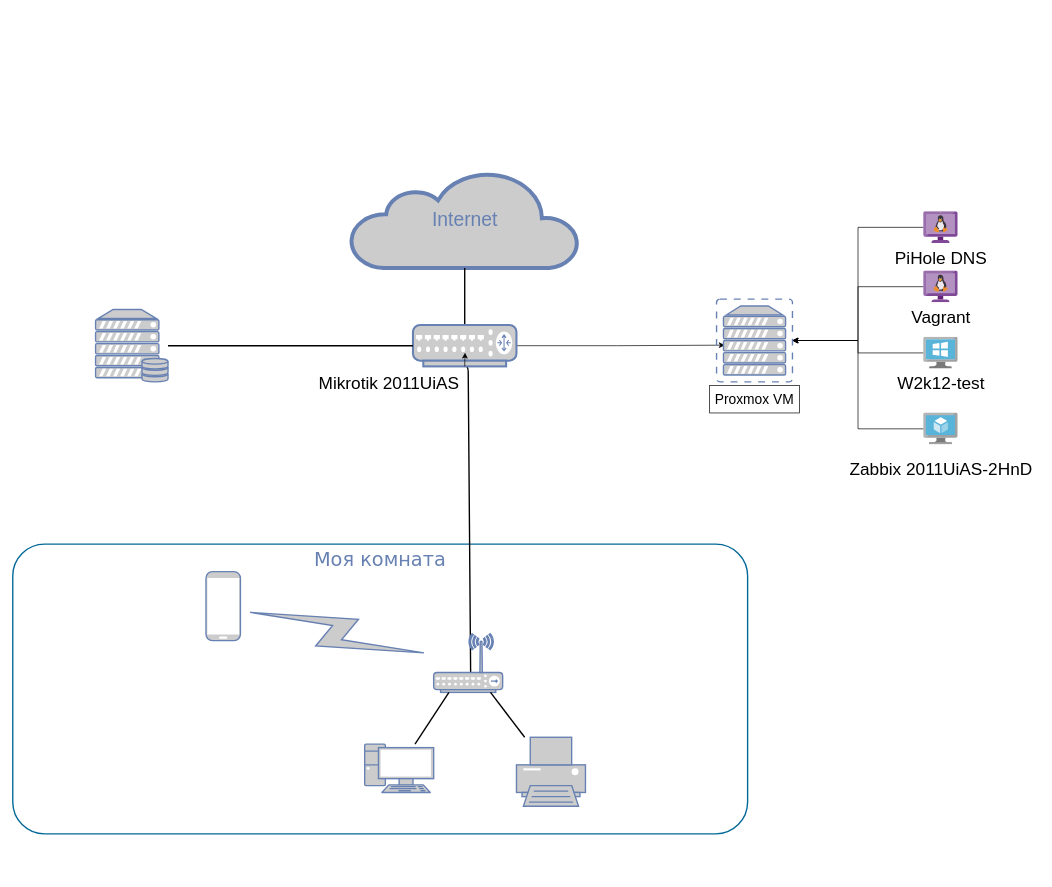
The draw.io diagram 03-sysadmin-08-net/Untitled Diagram.drawio in devops-run/devops-netology, before the edit. Source tidied: cells renumbered, new cells numbered last; positions are measured from the earlier drawing's top-left corner, leaving out a move shared by most shapes. Both pictures are drawn from the tidied source at 69%, with x=0, y=0 at pixel (12, 171).
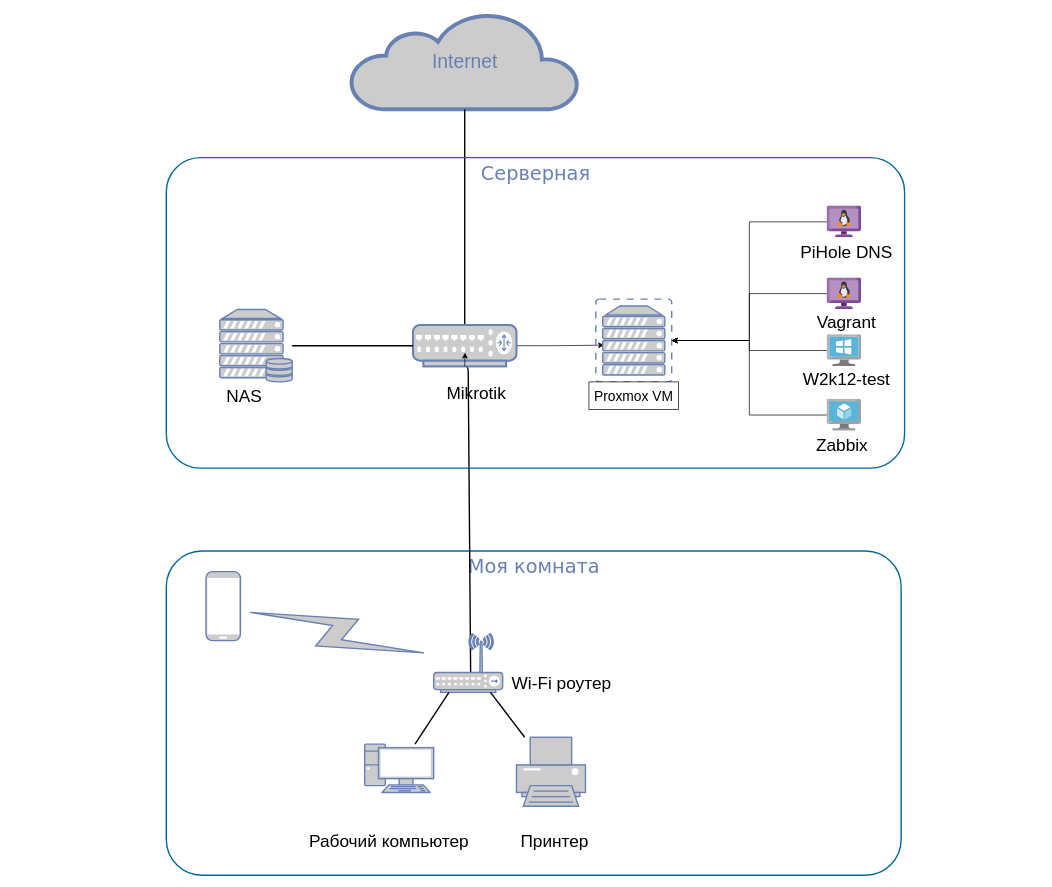
The same page after the edit.

Change to the diagram source:
```diff
@@
     <mxCell id="2" value="Моя комната" style="rounded=1;whiteSpace=wrap;html=1;shadow=0;comic=0;strokeColor=#036897;strokeWidth=2;fillColor=none;fontFamily=Verdana;fontSize=28;fontColor=#6881B3;align=center;arcSize=11;verticalAlign=top;" parent="1" vertex="1">
-      <mxGeometry y="540" width="1065" height="420" as="geometry" />
+      <mxGeometry x="222.5" y="550" width="1065" height="470" as="geometry" />
     </mxCell>
@@
     <mxCell id="11" value="Internet" style="html=1;fillColor=#CCCCCC;strokeColor=#6881B3;gradientColor=none;gradientDirection=north;strokeWidth=2;shape=mxgraph.networks.cloud;fontColor=#6881B3;rounded=0;shadow=0;comic=0;align=center;fontSize=28;" parent="1" vertex="1">
-      <mxGeometry x="490" width="330" height="140" as="geometry" />
+      <mxGeometry x="490" y="-230" width="330" height="140" as="geometry" />
     </mxCell>
@@
     <mxCell id="16" style="fontColor=#0066CC;verticalAlign=top;verticalLabelPosition=bottom;labelPosition=center;align=center;html=1;fillColor=#CCCCCC;strokeColor=#6881B3;gradientColor=none;gradientDirection=north;strokeWidth=2;shape=mxgraph.networks.server_storage;rounded=0;shadow=0;comic=0;" parent="1" vertex="1">
-      <mxGeometry x="120" y="200" width="105" height="105" as="geometry" />
+      <mxGeometry x="300" y="200" width="105" height="105" as="geometry" />
     </mxCell>
@@
     <mxCell id="18" style="fontColor=#0066CC;verticalAlign=top;verticalLabelPosition=bottom;labelPosition=center;align=center;html=1;outlineConnect=0;fillColor=#CCCCCC;strokeColor=#6881B3;gradientColor=none;gradientDirection=north;strokeWidth=2;shape=mxgraph.networks.virtual_server;" parent="1" vertex="1">
-      <mxGeometry x="1020" y="185" width="110" height="120" as="geometry" />
+      <mxGeometry x="845" y="185" width="110" height="120" as="geometry" />
     </mxCell>
     <mxCell id="19" value="&lt;font style=&quot;font-size: 20px;&quot;&gt;Proxmox VM&lt;/font&gt;" style="rounded=0;whiteSpace=wrap;html=1;" parent="1" vertex="1">
-      <mxGeometry x="1010" y="310" width="130" height="40" as="geometry" />
+      <mxGeometry x="835" y="305" width="130" height="40" as="geometry" />
     </mxCell>
@@
     <mxCell id="21" style="sketch=0;html=1;points=[];align=center;image;fontSize=12;image=img/lib/mscae/VM_Linux_Non_Azure.svg;" parent="1" vertex="1">
-      <mxGeometry x="1320" y="144" width="50" height="46" as="geometry" />
+      <mxGeometry x="1180" y="154" width="50" height="46" as="geometry" />
     </mxCell>
@@
     <mxCell id="23" style="sketch=0;html=1;points=[];align=center;image;fontSize=12;image=img/lib/mscae/VirtualMachineWindows.svg;" parent="1" vertex="1">
-      <mxGeometry x="1320" y="240" width="50" height="46" as="geometry" />
+      <mxGeometry x="1180" y="236.5" width="50" height="46" as="geometry" />
     </mxCell>
@@
     <mxCell id="25" style="sketch=0;html=1;points=[];align=center;image;fontSize=12;image=img/lib/mscae/Virtual_Machine.svg;" parent="1" vertex="1">
-      <mxGeometry x="1320" y="350" width="50" height="46" as="geometry" />
+      <mxGeometry x="1180" y="330" width="50" height="46" as="geometry" />
     </mxCell>
@@
     <mxCell id="27" style="sketch=0;html=1;points=[];align=center;image;fontSize=12;image=img/lib/mscae/VM_Linux_Non_Azure.svg;" parent="1" vertex="1">
-      <mxGeometry x="1320" y="58" width="50" height="46" as="geometry" />
+      <mxGeometry x="1180" y="50" width="50" height="46" as="geometry" />
     </mxCell>
     <mxCell id="28" value="&lt;font style=&quot;font-size: 25px;&quot;&gt;PiHole DNS&lt;/font&gt;" style="text;html=1;align=center;verticalAlign=middle;strokeColor=none;fillColor=none;fontSize=20;" parent="1" vertex="1">
-      <mxGeometry x="1265" y="104" width="160" height="40" as="geometry" />
+      <mxGeometry x="1127.5" y="96" width="160" height="40" as="geometry" />
     </mxCell>
     <mxCell id="29" value="&lt;span style=&quot;font-size: 25px;&quot;&gt;Vagrant&lt;/span&gt;" style="text;html=1;align=center;verticalAlign=middle;strokeColor=none;fillColor=none;fontSize=20;" parent="1" vertex="1">
-      <mxGeometry x="1290" y="190" width="110" height="40" as="geometry" />
+      <mxGeometry x="1152.5" y="196.5" width="110" height="40" as="geometry" />
     </mxCell>
     <mxCell id="30" value="&lt;span style=&quot;font-size: 25px;&quot;&gt;W2k12-test&lt;/span&gt;" style="text;html=1;align=center;verticalAlign=middle;strokeColor=none;fillColor=none;fontSize=20;" parent="1" vertex="1">
-      <mxGeometry x="1270" y="286" width="150" height="40" as="geometry" />
+      <mxGeometry x="1132.5" y="280" width="150" height="40" as="geometry" />
     </mxCell>
-    <mxCell id="31" value="&lt;span style=&quot;font-size: 25px;&quot;&gt;Zabbix&amp;nbsp;2011UiAS-2HnD&lt;/span&gt;" style="text;html=1;align=center;verticalAlign=middle;strokeColor=none;fillColor=none;fontSize=20;" parent="1" vertex="1">
-      <mxGeometry x="1200" y="410" width="290" height="40" as="geometry" />
+    <mxCell id="31" value="&lt;span style=&quot;font-size: 25px;&quot;&gt;Zabbix&amp;nbsp;&lt;/span&gt;" style="text;html=1;align=center;verticalAlign=middle;strokeColor=none;fillColor=none;fontSize=20;" parent="1" vertex="1">
+      <mxGeometry x="1150" y="376" width="110" height="40" as="geometry" />
     </mxCell>
-    <mxCell id="32" value="&lt;span style=&quot;font-size: 25px;&quot;&gt;Mikrotik 2011UiAS&lt;/span&gt;" style="text;html=1;align=center;verticalAlign=middle;strokeColor=none;fillColor=none;fontSize=20;" parent="1" vertex="1">
-      <mxGeometry x="430" y="286" width="230" height="40" as="geometry" />
+    <mxCell id="32" value="&lt;span style=&quot;font-size: 25px;&quot;&gt;Mikrotik&amp;nbsp;&lt;/span&gt;" style="text;html=1;align=center;verticalAlign=middle;strokeColor=none;fillColor=none;fontSize=20;" parent="1" vertex="1">
+      <mxGeometry x="615" y="300" width="120" height="40" as="geometry" />
     </mxCell>
+    <mxCell id="33" value="&lt;span style=&quot;font-size: 25px;&quot;&gt;Wi-Fi роутер&lt;/span&gt;" style="text;html=1;align=center;verticalAlign=middle;strokeColor=none;fillColor=none;fontSize=20;" parent="1" vertex="1">
+      <mxGeometry x="710" y="720" width="170" height="40" as="geometry" />
+    </mxCell>
+    <mxCell id="34" value="&lt;span style=&quot;font-size: 25px;&quot;&gt;Рабочий компьютер&lt;/span&gt;" style="text;html=1;align=center;verticalAlign=middle;strokeColor=none;fillColor=none;fontSize=20;" parent="1" vertex="1">
+      <mxGeometry x="420" y="950" width="250" height="40" as="geometry" />
+    </mxCell>
+    <mxCell id="35" value="&lt;span style=&quot;font-size: 25px;&quot;&gt;Принтер&lt;/span&gt;" style="text;html=1;align=center;verticalAlign=middle;strokeColor=none;fillColor=none;fontSize=20;" parent="1" vertex="1">
+      <mxGeometry x="725" y="950" width="120" height="40" as="geometry" />
+    </mxCell>
+    <mxCell id="36" value="Серверная" style="rounded=1;whiteSpace=wrap;html=1;shadow=0;comic=0;strokeColor=#036897;strokeWidth=2;fillColor=none;fontFamily=Verdana;fontSize=28;fontColor=#6881B3;align=center;arcSize=11;verticalAlign=top;" parent="1" vertex="1">
+      <mxGeometry x="222.5" y="-20" width="1070" height="450" as="geometry" />
+    </mxCell>
+    <mxCell id="37" value="&lt;span style=&quot;font-size: 25px;&quot;&gt;NAS&lt;/span&gt;" style="text;html=1;align=center;verticalAlign=middle;strokeColor=none;fillColor=none;fontSize=20;" parent="1" vertex="1">
+      <mxGeometry x="300" y="305" width="70" height="40" as="geometry" />
+    </mxCell>
```
